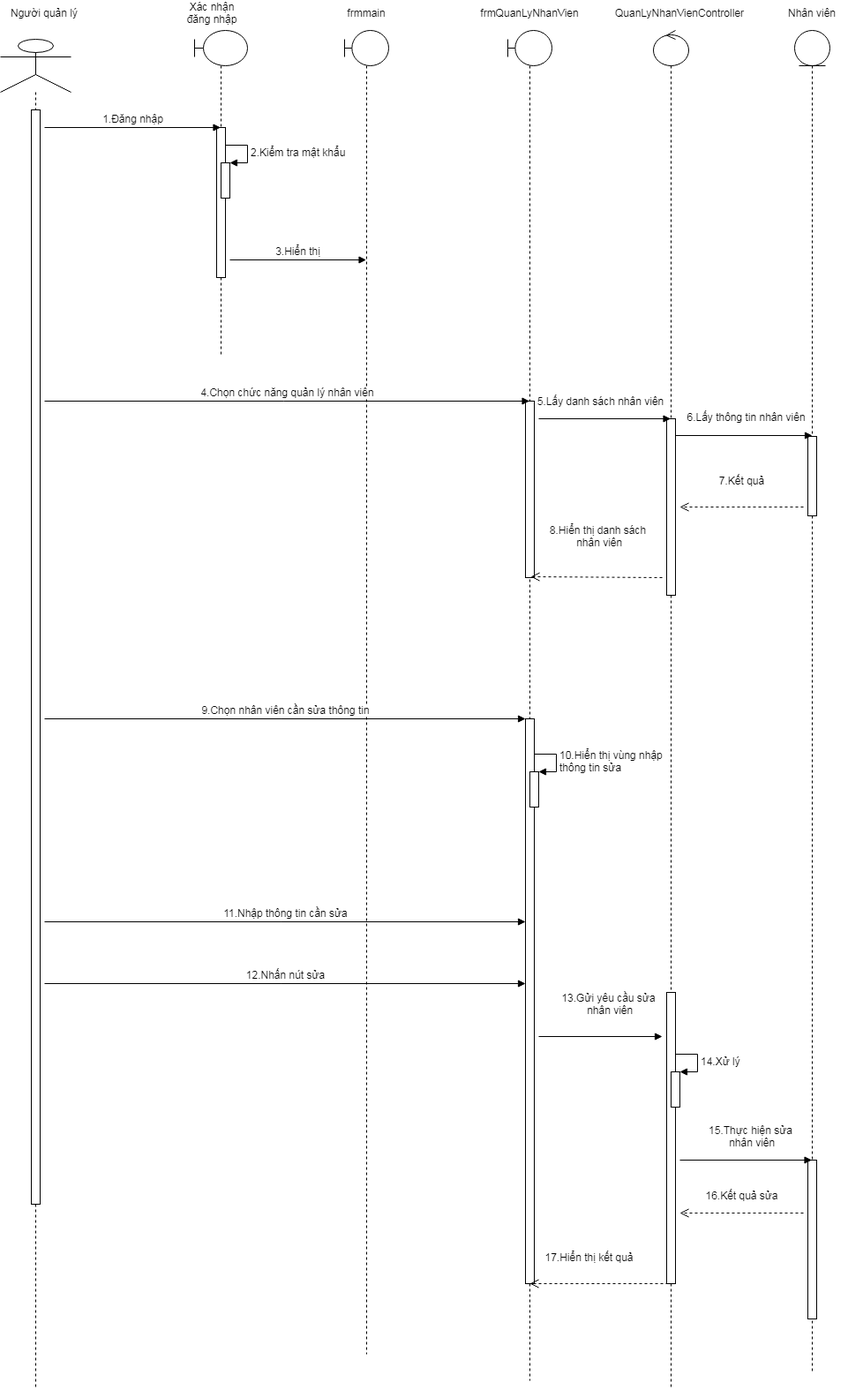
Before: Phan_Tich_Thiet_Ke/Diagram/Sequence_Diagram/Sequence_Diagram_QuanLyNhanVien_SuaNhanVien.png, a diagram exported from draw.io (KNhaa/DoAnCNPM). Source tidied: cells renumbered, new cells last; positions are measured from the earlier drawing's top-left corner, leaving out a move shared by most shapes.
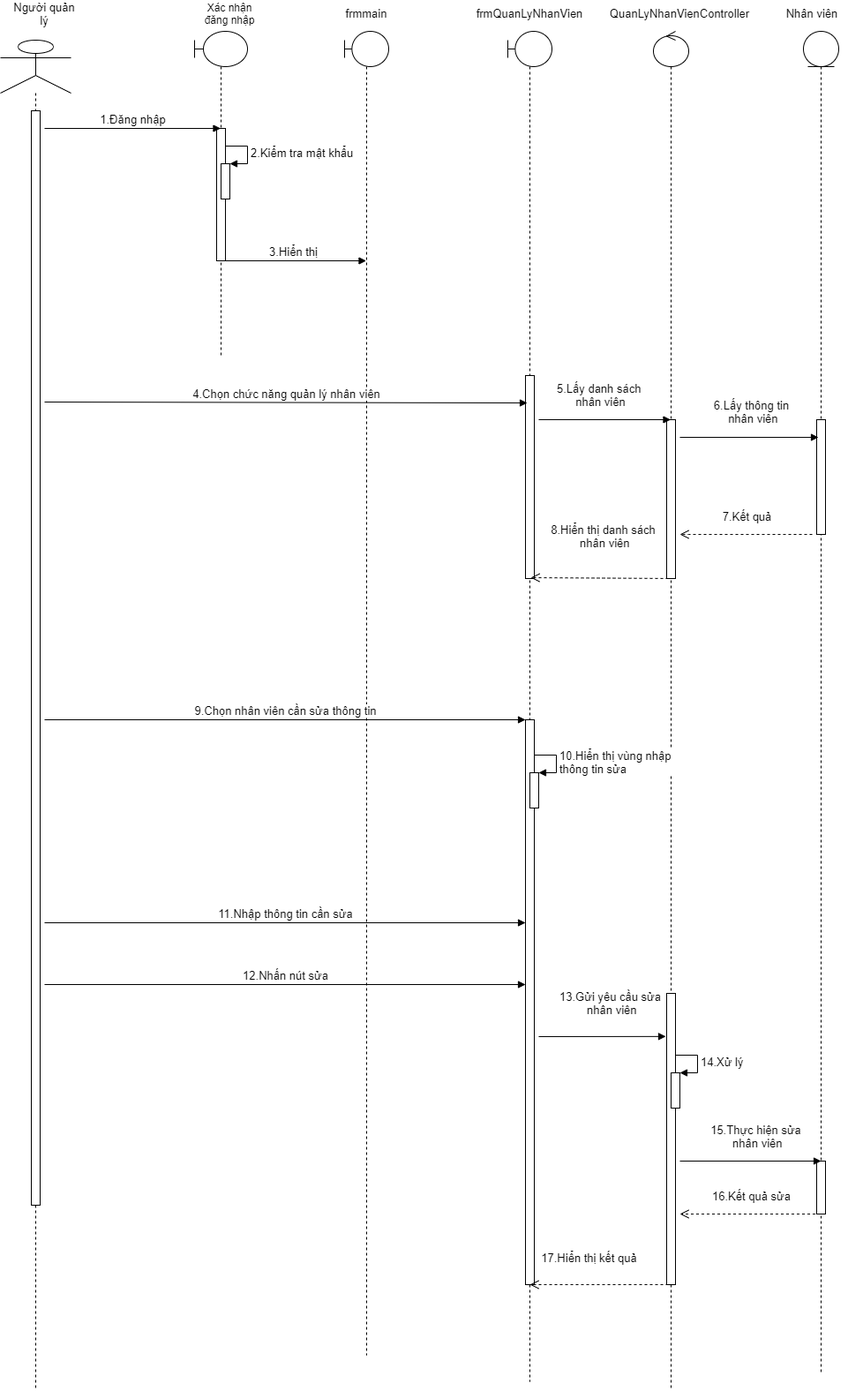
After the change.

The edit, as a diff of the source:
```diff
@@ -12,12 +12,12 @@
       <mxGeometry x="220" y="30" width="60" height="370" as="geometry" />
     </mxCell>
     <mxCell id="5" style="html=1;perimeter=orthogonalPerimeter;" parent="4" vertex="1">
-      <mxGeometry x="25" y="110" width="10" height="170" as="geometry" />
+      <mxGeometry x="25" y="110" width="10" height="150" as="geometry" />
     </mxCell>
     <mxCell id="6" style="html=1;points=[];perimeter=orthogonalPerimeter;" parent="4" vertex="1">
       <mxGeometry x="30" y="150" width="10" height="40" as="geometry" />
     </mxCell>
-    <mxCell id="7" value="&lt;font style=&quot;font-size: 12px&quot;&gt;2.Kiểm tra mật khẩu&lt;/font&gt;" style="edgeStyle=orthogonalEdgeStyle;html=1;align=left;spacingLeft=2;endArrow=block;rounded=0;entryX=1;entryY=0;" parent="4" edge="1" target="6">
+    <mxCell id="7" value="&lt;font style=&quot;font-size: 13px&quot;&gt;2.Kiểm tra mật khẩu&lt;/font&gt;" style="edgeStyle=orthogonalEdgeStyle;html=1;align=left;spacingLeft=2;endArrow=block;rounded=0;entryX=1;entryY=0;" parent="4" edge="1" target="6">
       <mxGeometry relative="1" as="geometry">
         <mxPoint x="35" y="130" as="sourcePoint" />
         <Array as="points">
@@ -25,23 +25,28 @@
         </Array>
       </mxGeometry>
     </mxCell>
+    <mxCell id="29" value="&lt;font style=&quot;font-size: 13px&quot;&gt;3.Hiển thị&lt;/font&gt;" style="html=1;verticalAlign=bottom;endArrow=block;" parent="4" edge="1" target="8">
+      <mxGeometry relative="1" as="geometry">
+        <mxPoint x="30" y="260" as="sourcePoint" />
+      </mxGeometry>
+    </mxCell>
     <mxCell id="8" style="shape=umlLifeline;participant=umlBoundary;perimeter=lifelinePerimeter;whiteSpace=wrap;html=1;verticalAlign=top;spacingTop=36;outlineConnect=0;" parent="1" vertex="1">
       <mxGeometry x="390" y="30" width="50" height="1500" as="geometry" />
     </mxCell>
     <mxCell id="9" style="shape=umlLifeline;participant=umlEntity;perimeter=lifelinePerimeter;whiteSpace=wrap;html=1;verticalAlign=top;spacingTop=36;outlineConnect=0;" parent="1" vertex="1">
-      <mxGeometry x="900" y="30" width="40" height="1520" as="geometry" />
+      <mxGeometry x="910" y="30" width="40" height="1520" as="geometry" />
     </mxCell>
     <mxCell id="10" style="html=1;points=[];perimeter=orthogonalPerimeter;" parent="9" vertex="1">
-      <mxGeometry x="15" y="460" width="10" height="90" as="geometry" />
+      <mxGeometry x="15" y="440" width="10" height="130" as="geometry" />
     </mxCell>
     <mxCell id="11" style="html=1;perimeter=orthogonalPerimeter;" parent="9" vertex="1">
-      <mxGeometry x="15" y="1280" width="10" height="180" as="geometry" />
+      <mxGeometry x="15" y="1280" width="10" height="60" as="geometry" />
     </mxCell>
     <mxCell id="12" style="shape=umlLifeline;participant=umlControl;perimeter=lifelinePerimeter;whiteSpace=wrap;html=1;verticalAlign=top;spacingTop=36;outlineConnect=0;" parent="1" vertex="1">
       <mxGeometry x="740" y="30" width="40" height="1540" as="geometry" />
     </mxCell>
     <mxCell id="13" style="html=1;points=[];perimeter=orthogonalPerimeter;" parent="12" vertex="1">
-      <mxGeometry x="15" y="440" width="10" height="200" as="geometry" />
+      <mxGeometry x="15" y="440" width="10" height="180" as="geometry" />
     </mxCell>
     <mxCell id="14" style="html=1;points=[];perimeter=orthogonalPerimeter;" parent="12" vertex="1">
       <mxGeometry x="15" y="1090" width="10" height="330" as="geometry" />
@@ -49,7 +54,7 @@
     <mxCell id="15" style="html=1;points=[];perimeter=orthogonalPerimeter;" parent="12" vertex="1">
       <mxGeometry x="20" y="1180" width="10" height="40" as="geometry" />
     </mxCell>
-    <mxCell id="16" value="&lt;font style=&quot;font-size: 12px&quot;&gt;14.Xử lý&lt;/font&gt;" style="edgeStyle=orthogonalEdgeStyle;html=1;align=left;spacingLeft=2;endArrow=block;rounded=0;entryX=1;entryY=0;" parent="12" edge="1" target="15">
+    <mxCell id="16" value="&lt;font style=&quot;font-size: 13px&quot;&gt;14.Xử lý&lt;/font&gt;" style="edgeStyle=orthogonalEdgeStyle;html=1;align=left;spacingLeft=2;endArrow=block;rounded=0;entryX=1;entryY=0;" parent="12" edge="1" target="15">
       <mxGeometry relative="1" as="geometry">
         <mxPoint x="25" y="1160" as="sourcePoint" />
         <Array as="points">
@@ -57,26 +62,42 @@
         </Array>
       </mxGeometry>
     </mxCell>
+    <mxCell id="33" value="&lt;font style=&quot;font-size: 13px&quot;&gt;7.Kết quả&lt;/font&gt;" style="html=1;verticalAlign=bottom;endArrow=open;dashed=1;endSize=8;" parent="12" edge="1">
+      <mxGeometry y="-10" relative="1" as="geometry">
+        <mxPoint x="180" y="570" as="sourcePoint" />
+        <mxPoint x="30" y="570" as="targetPoint" />
+        <Array as="points">
+          <mxPoint x="30" y="570" />
+        </Array>
+        <mxPoint x="1" as="offset" />
+      </mxGeometry>
+    </mxCell>
+    <mxCell id="40" value="&lt;font style=&quot;font-size: 13px&quot;&gt;16.Kết quả sửa&lt;/font&gt;" style="html=1;verticalAlign=bottom;endArrow=open;dashed=1;endSize=8;" parent="12" edge="1" source="9">
+      <mxGeometry y="-10" relative="1" as="geometry">
+        <mxPoint x="30" y="1340" as="targetPoint" />
+        <mxPoint x="1" as="offset" />
+      </mxGeometry>
+    </mxCell>
-    <mxCell id="17" value="Người quản lý" style="text;html=1;strokeColor=none;fillColor=none;align=center;verticalAlign=middle;whiteSpace=wrap;rounded=0;" parent="1" vertex="1">
+    <mxCell id="17" value="&lt;font style=&quot;font-size: 13px&quot;&gt;Người quản lý&lt;/font&gt;" style="text;html=1;strokeColor=none;fillColor=none;align=center;verticalAlign=middle;whiteSpace=wrap;rounded=0;" parent="1" vertex="1">
       <mxGeometry x="10" width="80" height="20" as="geometry" />
     </mxCell>
     <mxCell id="18" value="Xác nhận đăng nhập" style="text;html=1;strokeColor=none;fillColor=none;align=center;verticalAlign=middle;whiteSpace=wrap;rounded=0;" parent="1" vertex="1">
-      <mxGeometry x="200" width="80" height="20" as="geometry" />
+      <mxGeometry x="220" width="80" height="20" as="geometry" />
     </mxCell>
-    <mxCell id="19" value="frmmain" style="text;html=1;strokeColor=none;fillColor=none;align=center;verticalAlign=middle;whiteSpace=wrap;rounded=0;" parent="1" vertex="1">
+    <mxCell id="19" value="&lt;font style=&quot;font-size: 13px&quot;&gt;frmmain&lt;/font&gt;" style="text;html=1;strokeColor=none;fillColor=none;align=center;verticalAlign=middle;whiteSpace=wrap;rounded=0;" parent="1" vertex="1">
       <mxGeometry x="375" width="80" height="20" as="geometry" />
     </mxCell>
-    <mxCell id="20" value="frmQuanLyNhanVien" style="text;html=1;strokeColor=none;fillColor=none;align=center;verticalAlign=middle;whiteSpace=wrap;rounded=0;" parent="1" vertex="1">
+    <mxCell id="20" value="&lt;font style=&quot;font-size: 13px&quot;&gt;frmQuanLyNhanVien&lt;/font&gt;" style="text;html=1;strokeColor=none;fillColor=none;align=center;verticalAlign=middle;whiteSpace=wrap;rounded=0;" parent="1" vertex="1">
       <mxGeometry x="560" width="80" height="20" as="geometry" />
     </mxCell>
-    <mxCell id="21" value="Nhân viên" style="text;html=1;strokeColor=none;fillColor=none;align=center;verticalAlign=middle;whiteSpace=wrap;rounded=0;" parent="1" vertex="1">
+    <mxCell id="21" value="&lt;font style=&quot;font-size: 13px&quot;&gt;Nhân viên&lt;/font&gt;" style="text;html=1;strokeColor=none;fillColor=none;align=center;verticalAlign=middle;whiteSpace=wrap;rounded=0;" parent="1" vertex="1">
       <mxGeometry x="880" width="80" height="20" as="geometry" />
     </mxCell>
     <mxCell id="22" style="shape=umlLifeline;participant=umlBoundary;perimeter=lifelinePerimeter;whiteSpace=wrap;html=1;verticalAlign=top;spacingTop=36;outlineConnect=0;" parent="1" vertex="1">
       <mxGeometry x="575" y="30" width="50" height="1530" as="geometry" />
     </mxCell>
     <mxCell id="23" style="html=1;points=[];perimeter=orthogonalPerimeter;" parent="22" vertex="1">
-      <mxGeometry x="20" y="420" width="10" height="200" as="geometry" />
+      <mxGeometry x="20" y="390" width="10" height="230" as="geometry" />
     </mxCell>
     <mxCell id="24" style="html=1;points=[];perimeter=orthogonalPerimeter;" parent="22" vertex="1">
       <mxGeometry x="20" y="780" width="10" height="640" as="geometry" />
@@ -84,7 +105,7 @@
     <mxCell id="25" style="html=1;points=[];perimeter=orthogonalPerimeter;" parent="22" vertex="1">
       <mxGeometry x="25" y="840" width="10" height="40" as="geometry" />
     </mxCell>
-    <mxCell id="26" value="&lt;font style=&quot;font-size: 12px&quot;&gt;10.Hiển thị vùng nhập&amp;nbsp;&lt;br&gt;thông tin sửa&lt;/font&gt;" style="edgeStyle=orthogonalEdgeStyle;html=1;align=left;spacingLeft=2;endArrow=block;rounded=0;entryX=1;entryY=0;" parent="22" edge="1" target="25">
+    <mxCell id="26" value="&lt;font style=&quot;font-size: 13px&quot;&gt;10.Hiển thị vùng nhập&amp;nbsp;&lt;br&gt;thông tin sửa&lt;/font&gt;" style="edgeStyle=orthogonalEdgeStyle;html=1;align=left;spacingLeft=2;endArrow=block;rounded=0;entryX=1;entryY=0;" parent="22" edge="1" target="25">
       <mxGeometry relative="1" as="geometry">
         <mxPoint x="30" y="820" as="sourcePoint" />
         <Array as="points">
@@ -92,80 +113,63 @@
         </Array>
       </mxGeometry>
     </mxCell>
-    <mxCell id="27" value="QuanLyNhanVienController" style="text;html=1;strokeColor=none;fillColor=none;align=center;verticalAlign=middle;whiteSpace=wrap;rounded=0;" parent="1" vertex="1">
+    <mxCell id="27" value="&lt;font style=&quot;font-size: 13px&quot;&gt;QuanLyNhanVienController&lt;/font&gt;" style="text;html=1;strokeColor=none;fillColor=none;align=center;verticalAlign=middle;whiteSpace=wrap;rounded=0;" parent="1" vertex="1">
       <mxGeometry x="730" width="80" height="20" as="geometry" />
     </mxCell>
-    <mxCell id="28" value="&lt;font style=&quot;font-size: 12px&quot;&gt;1.Đăng nhập&lt;/font&gt;" style="html=1;verticalAlign=bottom;endArrow=block;" parent="1" edge="1" target="4">
+    <mxCell id="28" value="&lt;font style=&quot;font-size: 13px&quot;&gt;1.Đăng nhập&lt;/font&gt;" style="html=1;verticalAlign=bottom;endArrow=block;" parent="1" edge="1" target="4">
       <mxGeometry relative="1" as="geometry">
         <mxPoint x="50" y="140" as="sourcePoint" />
       </mxGeometry>
     </mxCell>
-    <mxCell id="29" value="&lt;font style=&quot;font-size: 12px&quot;&gt;3.Hiển thị&lt;/font&gt;" style="html=1;verticalAlign=bottom;endArrow=block;" parent="1" edge="1" target="8">
-      <mxGeometry relative="1" as="geometry">
-        <mxPoint x="260" y="290" as="sourcePoint" />
-      </mxGeometry>
-    </mxCell>
-    <mxCell id="30" value="&lt;font style=&quot;font-size: 12px&quot;&gt;4.Chọn chức năng quản lý nhân viên&lt;/font&gt;" style="html=1;verticalAlign=bottom;endArrow=block;" parent="1" edge="1" target="22">
+    <mxCell id="30" value="&lt;font style=&quot;font-size: 13px&quot;&gt;4.Chọn chức năng quản lý nhân viên&lt;/font&gt;" style="html=1;verticalAlign=bottom;endArrow=block;entryX=0.2;entryY=0.135;entryDx=0;entryDy=0;entryPerimeter=0;" parent="1" edge="1" target="23">
       <mxGeometry relative="1" as="geometry">
         <mxPoint x="50" y="450" as="sourcePoint" />
       </mxGeometry>
     </mxCell>
-    <mxCell id="31" value="&lt;font style=&quot;font-size: 12px&quot;&gt;5.Lấy danh sách nhân viên&lt;/font&gt;" style="html=1;verticalAlign=bottom;endArrow=block;" parent="1" edge="1" target="12">
+    <mxCell id="31" value="&lt;font style=&quot;font-size: 13px&quot;&gt;5.Lấy danh sách &lt;br&gt;nhân viên&lt;/font&gt;" style="html=1;verticalAlign=bottom;endArrow=block;" parent="1" edge="1" target="12">
       <mxGeometry x="-0.06" y="10" relative="1" as="geometry">
         <mxPoint x="610" y="470" as="sourcePoint" />
       </mxGeometry>
     </mxCell>
-    <mxCell id="32" value="&lt;font style=&quot;font-size: 12px&quot;&gt;6.Lấy thông tin nhân viên&lt;/font&gt;" style="html=1;verticalAlign=bottom;endArrow=block;entryX=0.5;entryY=-0.011;entryDx=0;entryDy=0;entryPerimeter=0;" parent="1" edge="1" target="10">
+    <mxCell id="32" value="&lt;font style=&quot;font-size: 13px&quot;&gt;6.Lấy thông tin&lt;br&gt;&amp;nbsp;nhân viên&lt;/font&gt;" style="html=1;verticalAlign=bottom;endArrow=block;entryX=0.2;entryY=0.154;entryDx=0;entryDy=0;entryPerimeter=0;" parent="1" edge="1" target="10">
       <mxGeometry x="0.04" y="11" relative="1" as="geometry">
-        <mxPoint x="765" y="489" as="sourcePoint" />
+        <mxPoint x="770" y="490" as="sourcePoint" />
       </mxGeometry>
     </mxCell>
-    <mxCell id="33" value="&lt;font style=&quot;font-size: 12px&quot;&gt;7.Kết quả&lt;/font&gt;" style="html=1;verticalAlign=bottom;endArrow=open;dashed=1;endSize=8;" parent="1" edge="1">
-      <mxGeometry y="-20" relative="1" as="geometry">
-        <mxPoint x="910" y="570" as="sourcePoint" />
-        <mxPoint x="770" y="570" as="targetPoint" />
-      </mxGeometry>
-    </mxCell>
-    <mxCell id="34" value="&lt;font style=&quot;font-size: 12px&quot;&gt;8.Hiển thị danh sách&lt;br&gt;&lt;font style=&quot;font-size: 12px&quot;&gt;&amp;nbsp;nhân viên&lt;/font&gt;&lt;/font&gt;" style="html=1;verticalAlign=bottom;endArrow=open;dashed=1;endSize=8;entryX=0.6;entryY=0.995;entryDx=0;entryDy=0;entryPerimeter=0;" parent="1" edge="1" target="23">
+    <mxCell id="34" value="&lt;font style=&quot;font-size: 13px&quot;&gt;8.Hiển thị danh sách&lt;br&gt;&lt;font style=&quot;font-size: 13px&quot;&gt;&amp;nbsp;nhân viên&lt;/font&gt;&lt;/font&gt;" style="html=1;verticalAlign=bottom;endArrow=open;dashed=1;endSize=8;exitX=0.8;exitY=1;exitDx=0;exitDy=0;exitPerimeter=0;" parent="1" edge="1" source="13">
       <mxGeometry x="-0.01" y="-30" relative="1" as="geometry">
-        <mxPoint x="750" y="650" as="sourcePoint" />
+        <mxPoint x="601" y="649" as="targetPoint" />
       </mxGeometry>
     </mxCell>
-    <mxCell id="35" value="&lt;span style=&quot;font-size: 12px&quot;&gt;9.Chọn nhân viên cần sửa thông tin&lt;/span&gt;" style="html=1;verticalAlign=bottom;endArrow=block;" parent="1" edge="1" target="24">
+    <mxCell id="35" value="&lt;font style=&quot;font-size: 13px&quot;&gt;9.Chọn nhân viên cần sửa thông tin&lt;/font&gt;" style="html=1;verticalAlign=bottom;endArrow=block;" parent="1" edge="1" target="24">
       <mxGeometry relative="1" as="geometry">
         <mxPoint x="50" y="810" as="sourcePoint" />
       </mxGeometry>
     </mxCell>
-    <mxCell id="36" value="&lt;span style=&quot;font-size: 12px&quot;&gt;11.Nhập thông tin cần sửa&lt;/span&gt;" style="html=1;verticalAlign=bottom;endArrow=block;" parent="1" edge="1">
+    <mxCell id="36" value="&lt;font style=&quot;font-size: 13px&quot;&gt;11.Nhập thông tin cần sửa&lt;/font&gt;" style="html=1;verticalAlign=bottom;endArrow=block;" parent="1" edge="1">
       <mxGeometry relative="1" as="geometry">
         <mxPoint x="50" y="1040" as="sourcePoint" />
         <mxPoint x="595" y="1040" as="targetPoint" />
       </mxGeometry>
     </mxCell>
-    <mxCell id="37" value="&lt;span style=&quot;font-size: 12px&quot;&gt;12.Nhấn nút sửa&lt;/span&gt;" style="html=1;verticalAlign=bottom;endArrow=block;" parent="1" edge="1">
+    <mxCell id="37" value="&lt;font style=&quot;font-size: 13px&quot;&gt;12.Nhấn nút sửa&lt;/font&gt;" style="html=1;verticalAlign=bottom;endArrow=block;" parent="1" edge="1">
       <mxGeometry relative="1" as="geometry">
         <mxPoint x="50" y="1110" as="sourcePoint" />
         <mxPoint x="595" y="1110" as="targetPoint" />
       </mxGeometry>
     </mxCell>
-    <mxCell id="38" value="&lt;font style=&quot;font-size: 12px&quot;&gt;&lt;font style=&quot;font-size: 12px&quot;&gt;13.Gửi yêu cầu sửa&lt;br&gt;&lt;/font&gt;&lt;font style=&quot;font-size: 12px&quot;&gt;&amp;nbsp;nhân viên&lt;/font&gt;&lt;/font&gt;" style="html=1;verticalAlign=bottom;endArrow=block;" parent="1" edge="1">
+    <mxCell id="38" value="&lt;font style=&quot;font-size: 13px&quot;&gt;&lt;font style=&quot;font-size: 13px&quot;&gt;13.Gửi yêu cầu sửa&lt;br&gt;&lt;/font&gt;&lt;font style=&quot;font-size: 13px&quot;&gt;&amp;nbsp;nhân viên&lt;/font&gt;&lt;/font&gt;" style="html=1;verticalAlign=bottom;endArrow=block;entryX=-0.1;entryY=0.148;entryDx=0;entryDy=0;entryPerimeter=0;" parent="1" edge="1" target="14">
       <mxGeometry x="0.13" y="20" relative="1" as="geometry">
-        <mxPoint x="610" y="1170" as="sourcePoint" />
-        <mxPoint x="750" y="1170" as="targetPoint" />
+        <mxPoint x="610" y="1169" as="sourcePoint" />
       </mxGeometry>
     </mxCell>
-    <mxCell id="39" value="&lt;font style=&quot;font-size: 12px&quot;&gt;15.Thực hiện sửa&lt;br&gt;&amp;nbsp;nhân viên&lt;/font&gt;" style="html=1;verticalAlign=bottom;endArrow=block;" parent="1" edge="1" target="9">
+    <mxCell id="39" value="&lt;font style=&quot;font-size: 13px&quot;&gt;15.Thực hiện sửa&lt;br&gt;&amp;nbsp;nhân viên&lt;/font&gt;" style="html=1;verticalAlign=bottom;endArrow=block;" parent="1" edge="1">
       <mxGeometry x="0.07" y="10" relative="1" as="geometry">
         <mxPoint x="770" y="1310" as="sourcePoint" />
+        <mxPoint x="930" y="1310" as="targetPoint" />
       </mxGeometry>
     </mxCell>
-    <mxCell id="40" value="&lt;font style=&quot;font-size: 12px&quot;&gt;16.Kết quả sửa&lt;/font&gt;" style="html=1;verticalAlign=bottom;endArrow=open;dashed=1;endSize=8;" parent="1" edge="1">
-      <mxGeometry y="-10" relative="1" as="geometry">
-        <mxPoint x="910" y="1370" as="sourcePoint" />
-        <mxPoint x="770" y="1370" as="targetPoint" />
-      </mxGeometry>
-    </mxCell>
-    <mxCell id="41" value="&lt;span style=&quot;font-size: 12px&quot;&gt;17.Hiển thị kết quả&lt;/span&gt;" style="html=1;verticalAlign=bottom;endArrow=open;dashed=1;endSize=8;exitX=0.2;exitY=1;exitDx=0;exitDy=0;exitPerimeter=0;" parent="1" edge="1" source="14">
+    <mxCell id="41" value="&lt;font style=&quot;font-size: 13px&quot;&gt;17.Hiển thị kết quả&lt;/font&gt;" style="html=1;verticalAlign=bottom;endArrow=open;dashed=1;endSize=8;exitX=0.2;exitY=1;exitDx=0;exitDy=0;exitPerimeter=0;" parent="1" edge="1" source="14">
       <mxGeometry x="0.14" y="-20" relative="1" as="geometry">
         <mxPoint x="600" y="1450" as="targetPoint" />
       </mxGeometry>
```
